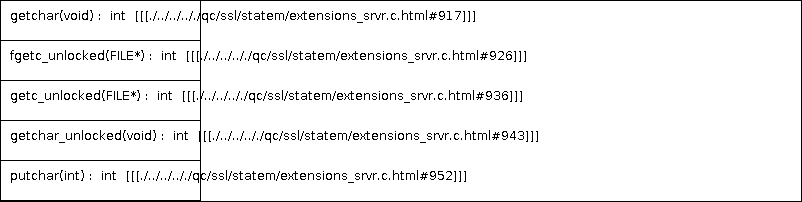
This is docs/qc/ssl/statem/extensions_srvr.c.png from qualitesys/openssl, a PlantUML export, as it was before one commit. Its source is kept beside it as docs/qc/ssl/statem/extensions_srvr.c.puml. Its diagram source:
```plantuml
@startuml
!pragma layout smetana
class dummy {
getchar(void) :  int  [[[./../../.././qc/ssl/statem/extensions_srvr.c.html#917]]]
fgetc_unlocked(FILE*) :  int  [[[./../../.././qc/ssl/statem/extensions_srvr.c.html#926]]]
getc_unlocked(FILE*) :  int  [[[./../../.././qc/ssl/statem/extensions_srvr.c.html#936]]]
getchar_unlocked(void) :  int  [[[./../../.././qc/ssl/statem/extensions_srvr.c.html#943]]]
putchar(int) :  int  [[[./../../.././qc/ssl/statem/extensions_srvr.c.html#952]]]
}
@enduml
```
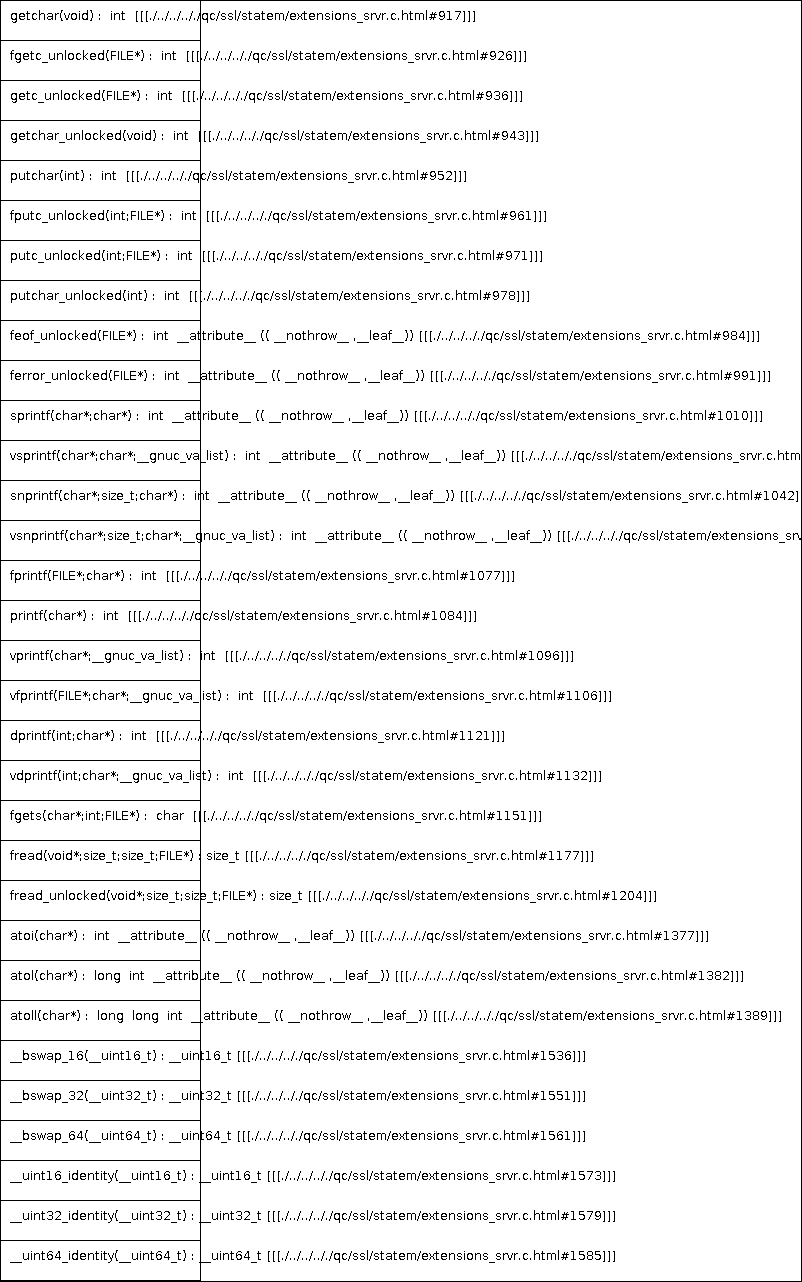
Later version of the same file.

Diff of the diagram source:
```diff
@@ -6,5 +6,32 @@
 getc_unlocked(FILE*) :  int  [[[./../../.././qc/ssl/statem/extensions_srvr.c.html#936]]]
 getchar_unlocked(void) :  int  [[[./../../.././qc/ssl/statem/extensions_srvr.c.html#943]]]
 putchar(int) :  int  [[[./../../.././qc/ssl/statem/extensions_srvr.c.html#952]]]
+fputc_unlocked(int;FILE*) :  int  [[[./../../.././qc/ssl/statem/extensions_srvr.c.html#961]]]
+putc_unlocked(int;FILE*) :  int  [[[./../../.././qc/ssl/statem/extensions_srvr.c.html#971]]]
+putchar_unlocked(int) :  int  [[[./../../.././qc/ssl/statem/extensions_srvr.c.html#978]]]
+feof_unlocked(FILE*) :  int  __attribute__ (( __nothrow__ ,__leaf__)) [[[./../../.././qc/ssl/statem/extensions_srvr.c.html#984]]]
+ferror_unlocked(FILE*) :  int  __attribute__ (( __nothrow__ ,__leaf__)) [[[./../../.././qc/ssl/statem/extensions_srvr.c.html#991]]]
+sprintf(char*;char*) :  int  __attribute__ (( __nothrow__ ,__leaf__)) [[[./../../.././qc/ssl/statem/extensions_srvr.c.html#1010]]]
+vsprintf(char*;char*;__gnuc_va_list) :  int  __attribute__ (( __nothrow__ ,__leaf__)) [[[./../../.././qc/ssl/statem/extensions_srvr.c.html#1023]]]
+snprintf(char*;size_t;char*) :  int  __attribute__ (( __nothrow__ ,__leaf__)) [[[./../../.././qc/ssl/statem/extensions_srvr.c.html#1042]]]
+vsnprintf(char*;size_t;char*;__gnuc_va_list) :  int  __attribute__ (( __nothrow__ ,__leaf__)) [[[./../../.././qc/ssl/statem/extensions_srvr.c.html#1056]]]
+fprintf(FILE*;char*) :  int  [[[./../../.././qc/ssl/statem/extensions_srvr.c.html#1077]]]
+printf(char*) :  int  [[[./../../.././qc/ssl/statem/extensions_srvr.c.html#1084]]]
+vprintf(char*;__gnuc_va_list) :  int  [[[./../../.././qc/ssl/statem/extensions_srvr.c.html#1096]]]
+vfprintf(FILE*;char*;__gnuc_va_list) :  int  [[[./../../.././qc/ssl/statem/extensions_srvr.c.html#1106]]]
+dprintf(int;char*) :  int  [[[./../../.././qc/ssl/statem/extensions_srvr.c.html#1121]]]
+vdprintf(int;char*;__gnuc_va_list) :  int  [[[./../../.././qc/ssl/statem/extensions_srvr.c.html#1132]]]
+fgets(char*;int;FILE*) :  char  [[[./../../.././qc/ssl/statem/extensions_srvr.c.html#1151]]]
+fread(void*;size_t;size_t;FILE*) : size_t [[[./../../.././qc/ssl/statem/extensions_srvr.c.html#1177]]]
+fread_unlocked(void*;size_t;size_t;FILE*) : size_t [[[./../../.././qc/ssl/statem/extensions_srvr.c.html#1204]]]
+atoi(char*) :  int  __attribute__ (( __nothrow__ ,__leaf__)) [[[./../../.././qc/ssl/statem/extensions_srvr.c.html#1377]]]
+atol(char*) :  long  int  __attribute__ (( __nothrow__ ,__leaf__)) [[[./../../.././qc/ssl/statem/extensions_srvr.c.html#1382]]]
+atoll(char*) :  long  long  int  __attribute__ (( __nothrow__ ,__leaf__)) [[[./../../.././qc/ssl/statem/extensions_srvr.c.html#1389]]]
+__bswap_16(__uint16_t) : __uint16_t [[[./../../.././qc/ssl/statem/extensions_srvr.c.html#1536]]]
+__bswap_32(__uint32_t) : __uint32_t [[[./../../.././qc/ssl/statem/extensions_srvr.c.html#1551]]]
+__bswap_64(__uint64_t) : __uint64_t [[[./../../.././qc/ssl/statem/extensions_srvr.c.html#1561]]]
+__uint16_identity(__uint16_t) : __uint16_t [[[./../../.././qc/ssl/statem/extensions_srvr.c.html#1573]]]
+__uint32_identity(__uint32_t) : __uint32_t [[[./../../.././qc/ssl/statem/extensions_srvr.c.html#1579]]]
+__uint64_identity(__uint64_t) : __uint64_t [[[./../../.././qc/ssl/statem/extensions_srvr.c.html#1585]]]
 }
 @enduml
```
